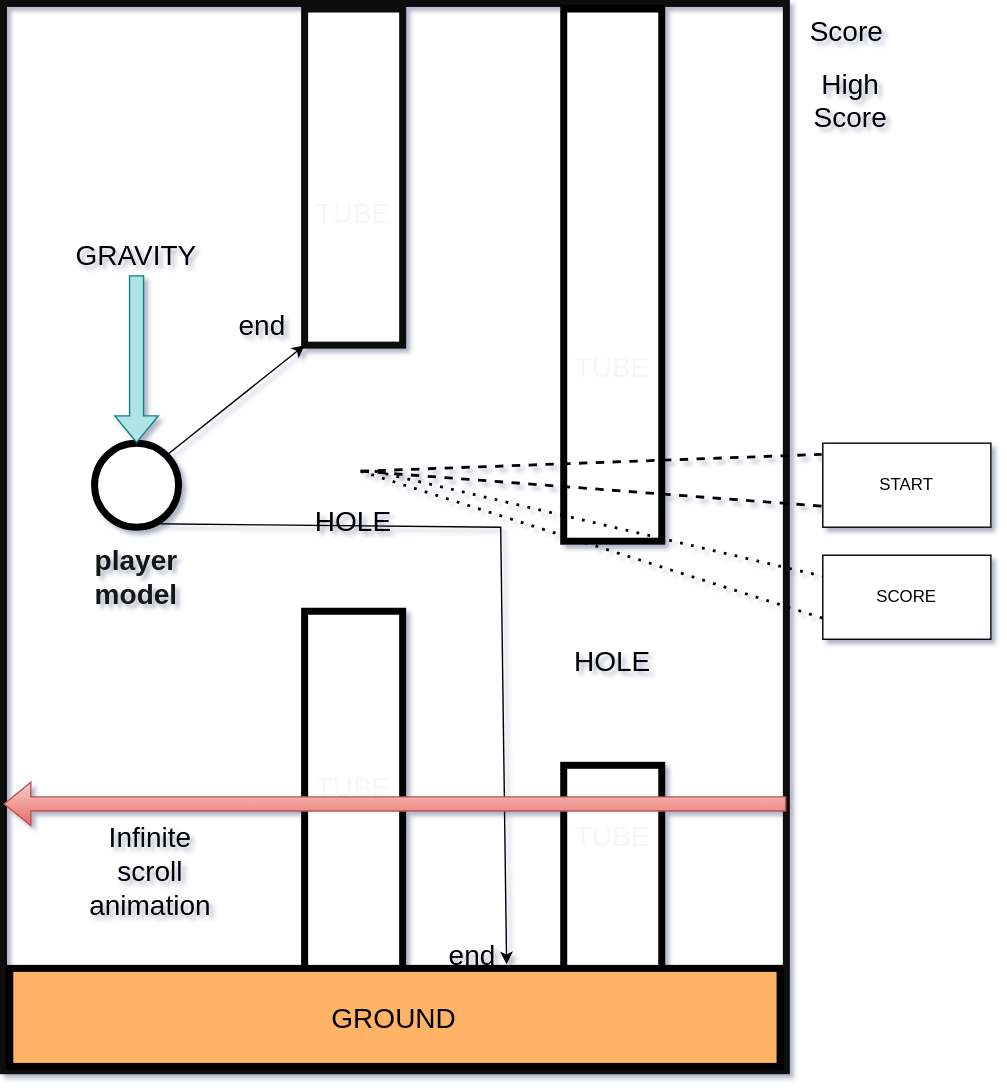
Before: wireframe.drawio.svg, a diagram exported from draw.io (kavinned/flappy-bird-clone). Source tidied: cells renumbered, new cells last; positions are measured from the earlier drawing's top-left corner, leaving out a move shared by most shapes.
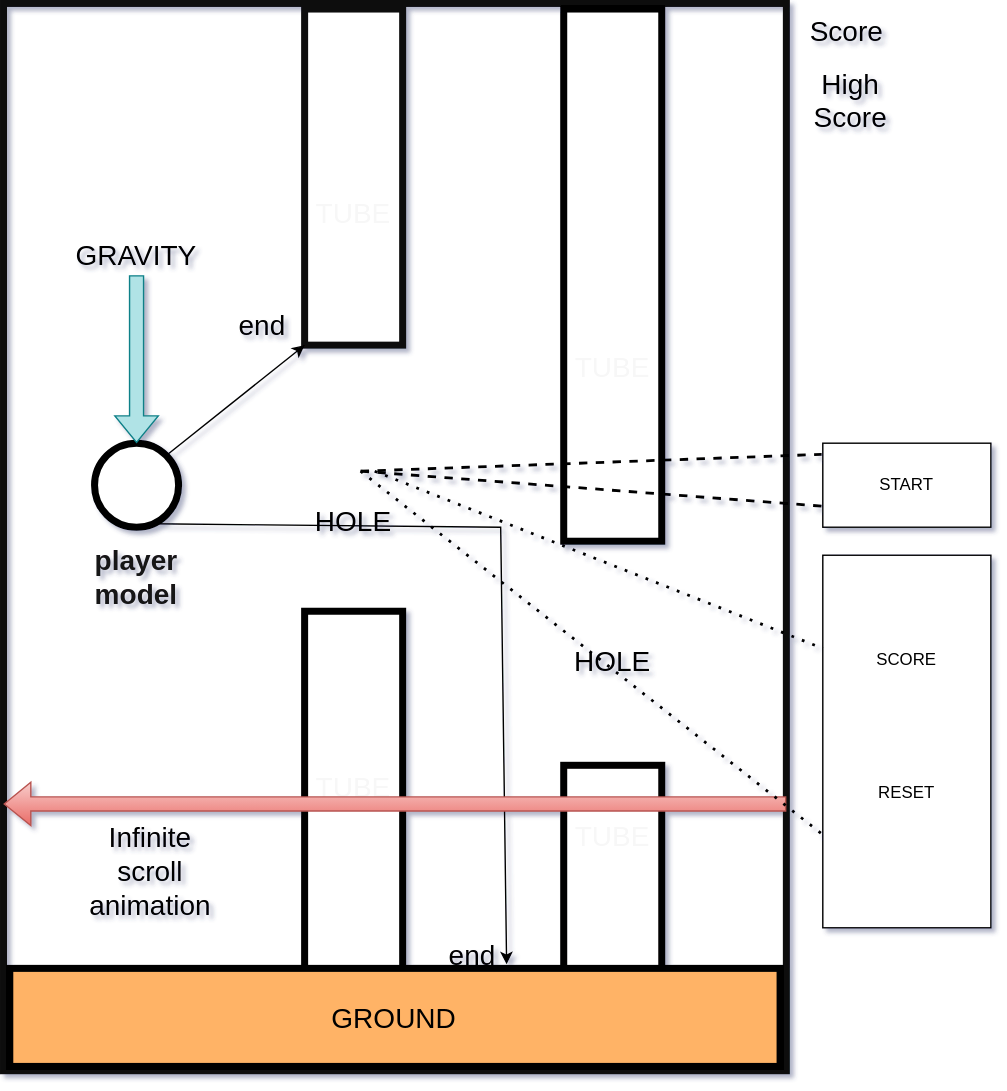
After the commit.

Diff of the diagram source:
```diff
@@ -103,7 +103,7 @@
       <mxGeometry x="615" y="329" width="60" height="30" as="geometry" />
     </mxCell>
     <mxCell id="32" style="rounded=0;whiteSpace=wrap;html=1;" parent="2" vertex="1">
-      <mxGeometry x="585" y="394" width="120" height="60" as="geometry" />
+      <mxGeometry x="585" y="394" width="120" height="266" as="geometry" />
     </mxCell>
     <mxCell id="33" style="endArrow=none;dashed=1;html=1;dashPattern=1 3;strokeWidth=2;strokeColor=#000000;entryX=0;entryY=0.75;entryDx=0;entryDy=0;rounded=0;" parent="2" edge="1" target="32">
       <mxGeometry relative="1" as="geometry">
@@ -116,7 +116,10 @@
       </mxGeometry>
     </mxCell>
     <mxCell id="35" value="SCORE" style="text;html=1;strokeColor=none;fillColor=none;align=center;verticalAlign=middle;whiteSpace=wrap;rounded=0;" parent="2" vertex="1">
-      <mxGeometry x="615" y="409" width="60" height="30" as="geometry" />
+      <mxGeometry x="615" y="454" width="60" height="30" as="geometry" />
     </mxCell>
+    <mxCell id="36" value="RESET" style="text;html=1;strokeColor=none;fillColor=none;align=center;verticalAlign=middle;whiteSpace=wrap;rounded=0;" parent="2" vertex="1">
+      <mxGeometry x="615" y="549" width="60" height="30" as="geometry" />
+    </mxCell>
   </root>
 </mxGraphModel>
```
